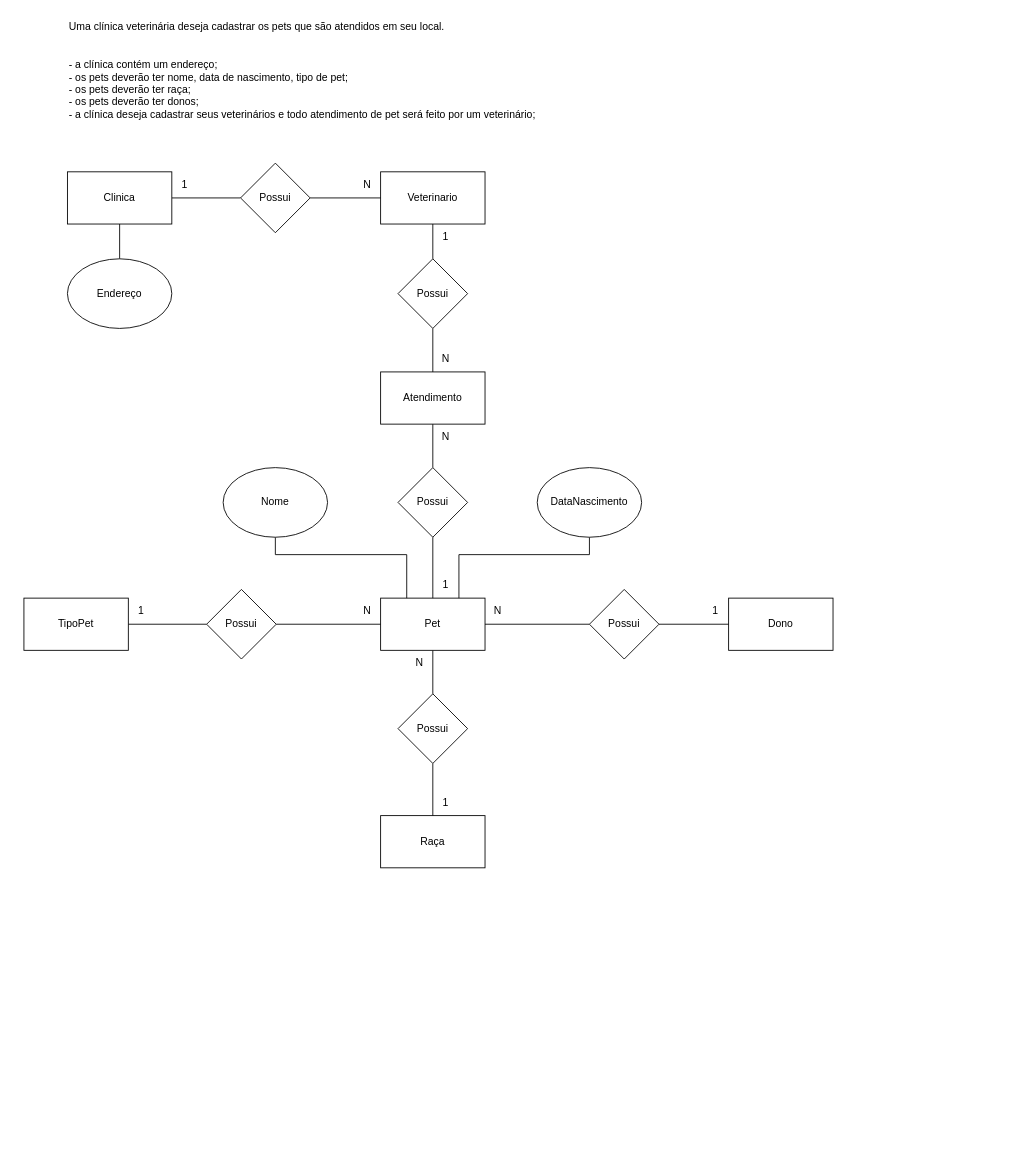
Above: 1.3.drawio in wolf-muuh/atividade-diagramas (draw.io), before the change. Source tidied: cells renumbered, new cells numbered last; positions are measured from the earlier drawing's top-left corner, leaving out a move shared by most shapes. Both pictures are drawn from the tidied source at 87%, with x=0, y=0 at pixel (23, 15).
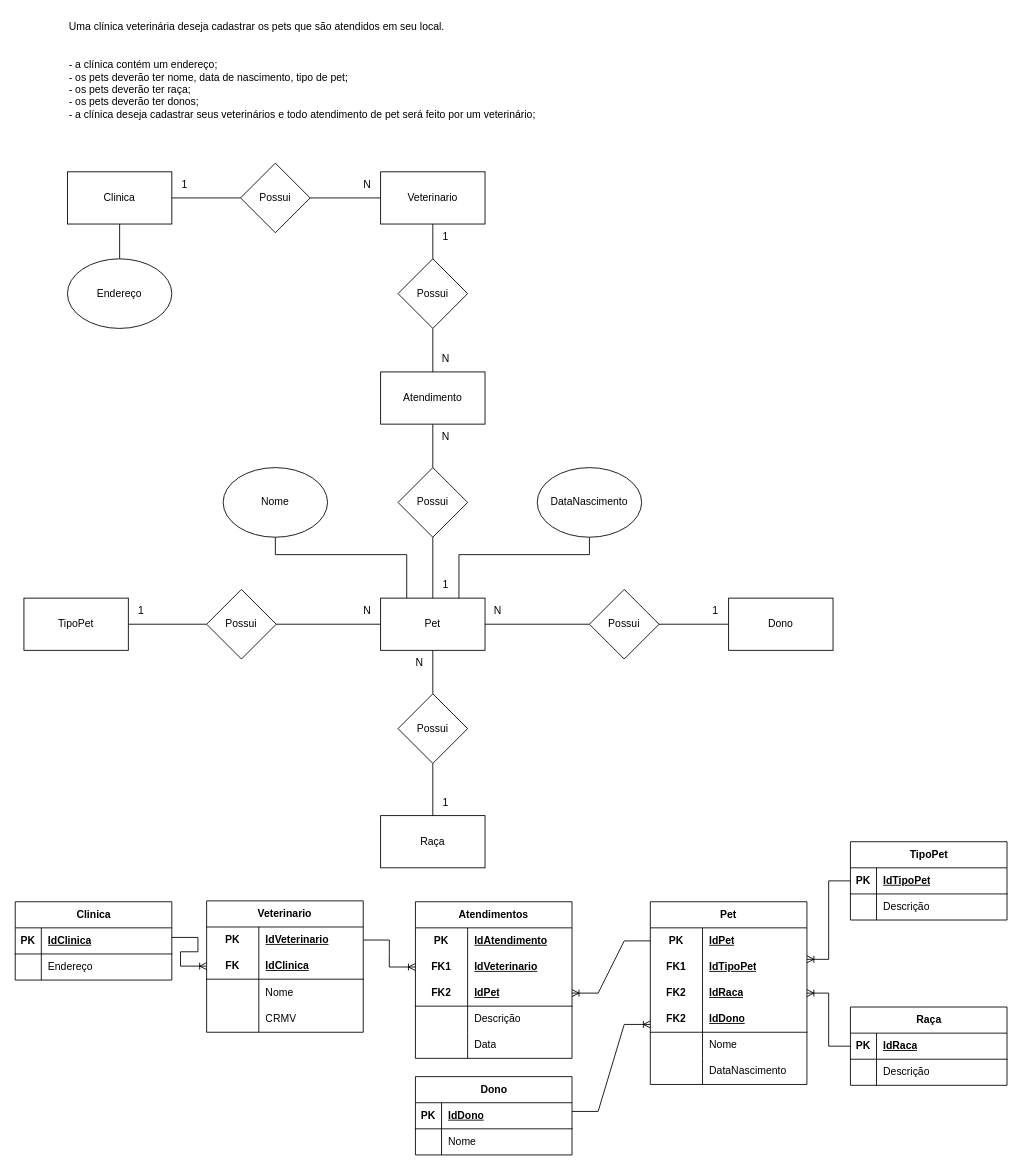
The same diagram, later.

Change to the diagram source:
```diff
@@
+    <mxCell id="46" value="Clinica" style="shape=table;startSize=30;childLayout=tableLayout;rowLines=0;fontStyle=1;align=center;html=1;" parent="1" vertex="1">
+      <mxGeometry x="-10" y="1019" width="180" height="90" as="geometry" />
+    </mxCell>
+    <mxCell id="47" style="shape=tableRow;horizontal=0;startSize=0;swimlaneHead=0;swimlaneBody=0;fillColor=none;top=0;left=0;right=0;bottom=1;" parent="46" vertex="1">
+      <mxGeometry y="30" width="180" height="30" as="geometry" />
+    </mxCell>
+    <mxCell id="48" value="PK" style="shape=partialRectangle;fillColor=none;top=0;left=0;bottom=0;right=0;fontStyle=1;overflow=hidden;whiteSpace=wrap;html=1;" parent="47" vertex="1">
+      <mxGeometry width="30" height="30" as="geometry" />
+    </mxCell>
+    <mxCell id="49" value="IdClinica" style="shape=partialRectangle;fillColor=none;top=0;left=0;bottom=0;right=0;align=left;spacingLeft=6;fontStyle=5;overflow=hidden;whiteSpace=wrap;html=1;" parent="47" vertex="1">
+      <mxGeometry x="30" width="150" height="30" as="geometry" />
+    </mxCell>
+    <mxCell id="50" style="shape=tableRow;horizontal=0;startSize=0;swimlaneHead=0;swimlaneBody=0;fillColor=none;top=0;left=0;right=0;bottom=0;" parent="46" vertex="1">
+      <mxGeometry y="60" width="180" height="30" as="geometry" />
+    </mxCell>
+    <mxCell id="51" style="shape=partialRectangle;fillColor=none;top=0;left=0;bottom=0;right=0;overflow=hidden;whiteSpace=wrap;html=1;" parent="50" vertex="1">
+      <mxGeometry width="30" height="30" as="geometry" />
+    </mxCell>
+    <mxCell id="52" value="Endereço" style="shape=partialRectangle;fillColor=none;top=0;left=0;bottom=0;right=0;align=left;spacingLeft=6;overflow=hidden;whiteSpace=wrap;html=1;" parent="50" vertex="1">
+      <mxGeometry x="30" width="150" height="30" as="geometry" />
+    </mxCell>
+    <mxCell id="53" value="Veterinario" style="shape=table;startSize=30;childLayout=tableLayout;rowLines=0;fontStyle=1;align=center;html=1;whiteSpace=wrap;" parent="1" vertex="1">
+      <mxGeometry x="210" y="1018" width="180" height="151" as="geometry" />
+    </mxCell>
+    <mxCell id="54" style="shape=tableRow;horizontal=0;startSize=0;swimlaneHead=0;swimlaneBody=0;fillColor=none;points=[[0,0.5],[1,0.5]];portConstraint=eastwest;top=0;left=0;right=0;bottom=0;html=1;" parent="53" vertex="1">
+      <mxGeometry y="30" width="180" height="30" as="geometry" />
+    </mxCell>
+    <mxCell id="55" value="PK" style="shape=partialRectangle;fillColor=none;top=0;left=0;bottom=0;right=0;fontStyle=1;overflow=hidden;html=1;whiteSpace=wrap;" parent="54" vertex="1">
+      <mxGeometry width="60" height="30" as="geometry" />
+    </mxCell>
+    <mxCell id="56" value="IdVeterinario" style="shape=partialRectangle;fillColor=none;top=0;left=0;bottom=0;right=0;align=left;spacingLeft=6;fontStyle=5;overflow=hidden;html=1;whiteSpace=wrap;" parent="54" vertex="1">
+      <mxGeometry x="60" width="120" height="30" as="geometry" />
+    </mxCell>
+    <mxCell id="57" style="shape=tableRow;horizontal=0;startSize=0;swimlaneHead=0;swimlaneBody=0;fillColor=none;points=[[0,0.5],[1,0.5]];portConstraint=eastwest;top=0;left=0;right=0;bottom=1;html=1;" parent="53" vertex="1">
+      <mxGeometry y="60" width="180" height="30" as="geometry" />
+    </mxCell>
+    <mxCell id="58" value="FK" style="shape=partialRectangle;fillColor=none;top=0;left=0;bottom=0;right=0;fontStyle=1;overflow=hidden;html=1;whiteSpace=wrap;" parent="57" vertex="1">
+      <mxGeometry width="60" height="30" as="geometry" />
+    </mxCell>
+    <mxCell id="59" value="IdClinica" style="shape=partialRectangle;fillColor=none;top=0;left=0;bottom=0;right=0;align=left;spacingLeft=6;fontStyle=5;overflow=hidden;html=1;whiteSpace=wrap;" parent="57" vertex="1">
+      <mxGeometry x="60" width="120" height="30" as="geometry" />
+    </mxCell>
+    <mxCell id="60" style="shape=tableRow;horizontal=0;startSize=0;swimlaneHead=0;swimlaneBody=0;fillColor=none;top=0;left=0;right=0;bottom=0;html=1;" parent="53" vertex="1">
+      <mxGeometry y="90" width="180" height="31" as="geometry" />
+    </mxCell>
+    <mxCell id="61" style="shape=partialRectangle;fillColor=none;top=0;left=0;bottom=0;right=0;overflow=hidden;html=1;whiteSpace=wrap;" parent="60" vertex="1">
+      <mxGeometry width="60" height="31" as="geometry" />
+    </mxCell>
+    <mxCell id="62" value="Nome" style="shape=partialRectangle;fillColor=none;top=0;left=0;bottom=0;right=0;align=left;spacingLeft=6;overflow=hidden;html=1;whiteSpace=wrap;" parent="60" vertex="1">
+      <mxGeometry x="60" width="120" height="31" as="geometry" />
+    </mxCell>
+    <mxCell id="63" style="shape=tableRow;horizontal=0;startSize=0;swimlaneHead=0;swimlaneBody=0;fillColor=none;top=0;left=0;right=0;bottom=0;html=1;" parent="53" vertex="1">
+      <mxGeometry y="121" width="180" height="30" as="geometry" />
+    </mxCell>
+    <mxCell id="64" style="shape=partialRectangle;fillColor=none;top=0;left=0;bottom=0;right=0;overflow=hidden;html=1;whiteSpace=wrap;" parent="63" vertex="1">
+      <mxGeometry width="60" height="30" as="geometry" />
+    </mxCell>
+    <mxCell id="65" value="CRMV" style="shape=partialRectangle;fillColor=none;top=0;left=0;bottom=0;right=0;align=left;spacingLeft=6;overflow=hidden;html=1;whiteSpace=wrap;" parent="63" vertex="1">
+      <mxGeometry x="60" width="120" height="30" as="geometry" />
+    </mxCell>
+    <mxCell id="66" value="Atendimentos" style="shape=table;startSize=30;childLayout=tableLayout;rowLines=0;fontStyle=1;align=center;html=1;whiteSpace=wrap;" parent="1" vertex="1">
+      <mxGeometry x="450" y="1019" width="180" height="180" as="geometry" />
+    </mxCell>
+    <mxCell id="67" style="shape=tableRow;horizontal=0;startSize=0;swimlaneHead=0;swimlaneBody=0;fillColor=none;top=0;left=0;right=0;bottom=0;html=1;" parent="66" vertex="1">
+      <mxGeometry y="30" width="180" height="30" as="geometry" />
+    </mxCell>
+    <mxCell id="68" value="PK" style="shape=partialRectangle;fillColor=none;top=0;left=0;bottom=0;right=0;fontStyle=1;overflow=hidden;html=1;whiteSpace=wrap;" parent="67" vertex="1">
+      <mxGeometry width="60" height="30" as="geometry" />
+    </mxCell>
+    <mxCell id="69" value="IdAtendimento" style="shape=partialRectangle;fillColor=none;top=0;left=0;bottom=0;right=0;align=left;spacingLeft=6;fontStyle=5;overflow=hidden;html=1;whiteSpace=wrap;" parent="67" vertex="1">
+      <mxGeometry x="60" width="120" height="30" as="geometry" />
+    </mxCell>
+    <mxCell id="70" style="shape=tableRow;horizontal=0;startSize=0;swimlaneHead=0;swimlaneBody=0;fillColor=none;points=[[0,0.5],[1,0.5]];portConstraint=eastwest;top=0;left=0;right=0;bottom=0;html=1;" parent="66" vertex="1">
+      <mxGeometry y="60" width="180" height="30" as="geometry" />
+    </mxCell>
+    <mxCell id="71" value="FK1" style="shape=partialRectangle;fillColor=none;top=0;left=0;bottom=0;right=0;fontStyle=1;overflow=hidden;html=1;whiteSpace=wrap;" parent="70" vertex="1">
+      <mxGeometry width="60" height="30" as="geometry" />
+    </mxCell>
+    <mxCell id="72" value="IdVeterinario" style="shape=partialRectangle;fillColor=none;top=0;left=0;bottom=0;right=0;align=left;spacingLeft=6;fontStyle=5;overflow=hidden;html=1;whiteSpace=wrap;" parent="70" vertex="1">
+      <mxGeometry x="60" width="120" height="30" as="geometry" />
+    </mxCell>
+    <mxCell id="73" style="shape=tableRow;horizontal=0;startSize=0;swimlaneHead=0;swimlaneBody=0;fillColor=none;points=[[0,0.5],[1,0.5]];portConstraint=eastwest;top=0;left=0;right=0;bottom=1;html=1;" parent="66" vertex="1">
+      <mxGeometry y="90" width="180" height="30" as="geometry" />
+    </mxCell>
+    <mxCell id="74" value="FK2" style="shape=partialRectangle;fillColor=none;top=0;left=0;bottom=0;right=0;fontStyle=1;overflow=hidden;html=1;whiteSpace=wrap;" parent="73" vertex="1">
+      <mxGeometry width="60" height="30" as="geometry" />
+    </mxCell>
+    <mxCell id="75" value="IdPet" style="shape=partialRectangle;fillColor=none;top=0;left=0;bottom=0;right=0;align=left;spacingLeft=6;fontStyle=5;overflow=hidden;html=1;whiteSpace=wrap;" parent="73" vertex="1">
+      <mxGeometry x="60" width="120" height="30" as="geometry" />
+    </mxCell>
+    <mxCell id="76" style="shape=tableRow;horizontal=0;startSize=0;swimlaneHead=0;swimlaneBody=0;fillColor=none;top=0;left=0;right=0;bottom=0;html=1;" parent="66" vertex="1">
+      <mxGeometry y="120" width="180" height="30" as="geometry" />
+    </mxCell>
+    <mxCell id="77" style="shape=partialRectangle;fillColor=none;top=0;left=0;bottom=0;right=0;overflow=hidden;html=1;whiteSpace=wrap;" parent="76" vertex="1">
+      <mxGeometry width="60" height="30" as="geometry" />
+    </mxCell>
+    <mxCell id="78" value="Descrição" style="shape=partialRectangle;fillColor=none;top=0;left=0;bottom=0;right=0;align=left;spacingLeft=6;overflow=hidden;html=1;whiteSpace=wrap;" parent="76" vertex="1">
+      <mxGeometry x="60" width="120" height="30" as="geometry" />
+    </mxCell>
+    <mxCell id="79" style="shape=tableRow;horizontal=0;startSize=0;swimlaneHead=0;swimlaneBody=0;fillColor=none;top=0;left=0;right=0;bottom=0;html=1;" parent="66" vertex="1">
+      <mxGeometry y="150" width="180" height="30" as="geometry" />
+    </mxCell>
+    <mxCell id="80" style="shape=partialRectangle;fillColor=none;top=0;left=0;bottom=0;right=0;overflow=hidden;html=1;whiteSpace=wrap;" parent="79" vertex="1">
+      <mxGeometry width="60" height="30" as="geometry" />
+    </mxCell>
+    <mxCell id="81" value="Data" style="shape=partialRectangle;fillColor=none;top=0;left=0;bottom=0;right=0;align=left;spacingLeft=6;overflow=hidden;html=1;whiteSpace=wrap;" parent="79" vertex="1">
+      <mxGeometry x="60" width="120" height="30" as="geometry" />
+    </mxCell>
+    <mxCell id="82" value="Pet" style="shape=table;startSize=30;childLayout=tableLayout;rowLines=0;fontStyle=1;align=center;html=1;whiteSpace=wrap;" parent="1" vertex="1">
+      <mxGeometry x="720" y="1019" width="180" height="210" as="geometry" />
+    </mxCell>
+    <mxCell id="83" style="shape=tableRow;horizontal=0;startSize=0;swimlaneHead=0;swimlaneBody=0;fillColor=none;points=[[0,0.5],[1,0.5]];portConstraint=eastwest;top=0;left=0;right=0;bottom=0;html=1;" parent="82" vertex="1">
+      <mxGeometry y="30" width="180" height="30" as="geometry" />
+    </mxCell>
+    <mxCell id="84" value="PK" style="shape=partialRectangle;fillColor=none;top=0;left=0;bottom=0;right=0;fontStyle=1;overflow=hidden;html=1;whiteSpace=wrap;" parent="83" vertex="1">
+      <mxGeometry width="60" height="30" as="geometry" />
+    </mxCell>
+    <mxCell id="85" value="IdPet" style="shape=partialRectangle;fillColor=none;top=0;left=0;bottom=0;right=0;align=left;spacingLeft=6;fontStyle=5;overflow=hidden;html=1;whiteSpace=wrap;" parent="83" vertex="1">
+      <mxGeometry x="60" width="120" height="30" as="geometry" />
+    </mxCell>
+    <mxCell id="86" style="shape=tableRow;horizontal=0;startSize=0;swimlaneHead=0;swimlaneBody=0;fillColor=none;points=[[0,0.5],[1,0.5]];portConstraint=eastwest;top=0;left=0;right=0;bottom=0;html=1;" parent="82" vertex="1">
+      <mxGeometry y="60" width="180" height="30" as="geometry" />
+    </mxCell>
+    <mxCell id="87" value="FK1" style="shape=partialRectangle;fillColor=none;top=0;left=0;bottom=0;right=0;fontStyle=1;overflow=hidden;html=1;whiteSpace=wrap;" parent="86" vertex="1">
+      <mxGeometry width="60" height="30" as="geometry" />
+    </mxCell>
+    <mxCell id="88" value="IdTipoPet" style="shape=partialRectangle;fillColor=none;top=0;left=0;bottom=0;right=0;align=left;spacingLeft=6;fontStyle=5;overflow=hidden;html=1;whiteSpace=wrap;" parent="86" vertex="1">
+      <mxGeometry x="60" width="120" height="30" as="geometry" />
+    </mxCell>
+    <mxCell id="89" style="shape=tableRow;horizontal=0;startSize=0;swimlaneHead=0;swimlaneBody=0;fillColor=none;points=[[0,0.5],[1,0.5]];portConstraint=eastwest;top=0;left=0;right=0;bottom=0;html=1;" parent="82" vertex="1">
+      <mxGeometry y="90" width="180" height="30" as="geometry" />
+    </mxCell>
+    <mxCell id="90" value="FK2" style="shape=partialRectangle;fillColor=none;top=0;left=0;bottom=0;right=0;fontStyle=1;overflow=hidden;html=1;whiteSpace=wrap;" parent="89" vertex="1">
+      <mxGeometry width="60" height="30" as="geometry" />
+    </mxCell>
+    <mxCell id="91" value="IdRaca" style="shape=partialRectangle;fillColor=none;top=0;left=0;bottom=0;right=0;align=left;spacingLeft=6;fontStyle=5;overflow=hidden;html=1;whiteSpace=wrap;" parent="89" vertex="1">
+      <mxGeometry x="60" width="120" height="30" as="geometry" />
+    </mxCell>
+    <mxCell id="92" style="shape=tableRow;horizontal=0;startSize=0;swimlaneHead=0;swimlaneBody=0;fillColor=none;top=0;left=0;right=0;bottom=1;html=1;" parent="82" vertex="1">
+      <mxGeometry y="120" width="180" height="30" as="geometry" />
+    </mxCell>
+    <mxCell id="93" value="FK2" style="shape=partialRectangle;fillColor=none;top=0;left=0;bottom=0;right=0;fontStyle=1;overflow=hidden;html=1;whiteSpace=wrap;" parent="92" vertex="1">
+      <mxGeometry width="60" height="30" as="geometry" />
+    </mxCell>
+    <mxCell id="94" value="IdDono" style="shape=partialRectangle;fillColor=none;top=0;left=0;bottom=0;right=0;align=left;spacingLeft=6;fontStyle=5;overflow=hidden;html=1;whiteSpace=wrap;" parent="92" vertex="1">
+      <mxGeometry x="60" width="120" height="30" as="geometry" />
+    </mxCell>
+    <mxCell id="95" style="shape=tableRow;horizontal=0;startSize=0;swimlaneHead=0;swimlaneBody=0;fillColor=none;top=0;left=0;right=0;bottom=0;html=1;" parent="82" vertex="1">
+      <mxGeometry y="150" width="180" height="30" as="geometry" />
+    </mxCell>
+    <mxCell id="96" style="shape=partialRectangle;fillColor=none;top=0;left=0;bottom=0;right=0;overflow=hidden;html=1;whiteSpace=wrap;" parent="95" vertex="1">
+      <mxGeometry width="60" height="30" as="geometry" />
+    </mxCell>
+    <mxCell id="97" value="Nome" style="shape=partialRectangle;fillColor=none;top=0;left=0;bottom=0;right=0;align=left;spacingLeft=6;overflow=hidden;html=1;whiteSpace=wrap;" parent="95" vertex="1">
+      <mxGeometry x="60" width="120" height="30" as="geometry" />
+    </mxCell>
+    <mxCell id="98" style="shape=tableRow;horizontal=0;startSize=0;swimlaneHead=0;swimlaneBody=0;fillColor=none;top=0;left=0;right=0;bottom=0;html=1;" parent="82" vertex="1">
+      <mxGeometry y="180" width="180" height="30" as="geometry" />
+    </mxCell>
+    <mxCell id="99" style="shape=partialRectangle;fillColor=none;top=0;left=0;bottom=0;right=0;overflow=hidden;html=1;whiteSpace=wrap;" parent="98" vertex="1">
+      <mxGeometry width="60" height="30" as="geometry" />
+    </mxCell>
+    <mxCell id="100" value="DataNascimento" style="shape=partialRectangle;fillColor=none;top=0;left=0;bottom=0;right=0;align=left;spacingLeft=6;overflow=hidden;html=1;whiteSpace=wrap;" parent="98" vertex="1">
+      <mxGeometry x="60" width="120" height="30" as="geometry" />
+    </mxCell>
+    <mxCell id="101" value="TipoPet" style="shape=table;startSize=30;childLayout=tableLayout;rowLines=0;fontStyle=1;align=center;html=1;" parent="1" vertex="1">
+      <mxGeometry x="950" y="950" width="180" height="90" as="geometry" />
+    </mxCell>
+    <mxCell id="102" style="shape=tableRow;horizontal=0;startSize=0;swimlaneHead=0;swimlaneBody=0;fillColor=none;points=[[0,0.5],[1,0.5]];portConstraint=eastwest;top=0;left=0;right=0;bottom=1;" parent="101" vertex="1">
+      <mxGeometry y="30" width="180" height="30" as="geometry" />
+    </mxCell>
+    <mxCell id="103" value="PK" style="shape=partialRectangle;fillColor=none;top=0;left=0;bottom=0;right=0;fontStyle=1;overflow=hidden;whiteSpace=wrap;html=1;" parent="102" vertex="1">
+      <mxGeometry width="30" height="30" as="geometry" />
+    </mxCell>
+    <mxCell id="104" value="IdTipoPet" style="shape=partialRectangle;fillColor=none;top=0;left=0;bottom=0;right=0;align=left;spacingLeft=6;fontStyle=5;overflow=hidden;whiteSpace=wrap;html=1;" parent="102" vertex="1">
+      <mxGeometry x="30" width="150" height="30" as="geometry" />
+    </mxCell>
+    <mxCell id="105" style="shape=tableRow;horizontal=0;startSize=0;swimlaneHead=0;swimlaneBody=0;fillColor=none;top=0;left=0;right=0;bottom=0;" parent="101" vertex="1">
+      <mxGeometry y="60" width="180" height="30" as="geometry" />
+    </mxCell>
+    <mxCell id="106" style="shape=partialRectangle;fillColor=none;top=0;left=0;bottom=0;right=0;overflow=hidden;whiteSpace=wrap;html=1;" parent="105" vertex="1">
+      <mxGeometry width="30" height="30" as="geometry" />
+    </mxCell>
+    <mxCell id="107" value="Descrição" style="shape=partialRectangle;fillColor=none;top=0;left=0;bottom=0;right=0;align=left;spacingLeft=6;overflow=hidden;whiteSpace=wrap;html=1;" parent="105" vertex="1">
+      <mxGeometry x="30" width="150" height="30" as="geometry" />
+    </mxCell>
+    <mxCell id="108" value="Raça" style="shape=table;startSize=30;childLayout=tableLayout;rowLines=0;fontStyle=1;align=center;html=1;" parent="1" vertex="1">
+      <mxGeometry x="950" y="1140" width="180" height="90" as="geometry" />
+    </mxCell>
+    <mxCell id="109" style="shape=tableRow;horizontal=0;startSize=0;swimlaneHead=0;swimlaneBody=0;fillColor=none;points=[[0,0.5],[1,0.5]];portConstraint=eastwest;top=0;left=0;right=0;bottom=1;" parent="108" vertex="1">
+      <mxGeometry y="30" width="180" height="30" as="geometry" />
+    </mxCell>
+    <mxCell id="110" value="PK" style="shape=partialRectangle;fillColor=none;top=0;left=0;bottom=0;right=0;fontStyle=1;overflow=hidden;whiteSpace=wrap;html=1;" parent="109" vertex="1">
+      <mxGeometry width="30" height="30" as="geometry" />
+    </mxCell>
+    <mxCell id="111" value="IdRaca" style="shape=partialRectangle;fillColor=none;top=0;left=0;bottom=0;right=0;align=left;spacingLeft=6;fontStyle=5;overflow=hidden;whiteSpace=wrap;html=1;" parent="109" vertex="1">
+      <mxGeometry x="30" width="150" height="30" as="geometry" />
+    </mxCell>
+    <mxCell id="112" style="shape=tableRow;horizontal=0;startSize=0;swimlaneHead=0;swimlaneBody=0;fillColor=none;top=0;left=0;right=0;bottom=0;" parent="108" vertex="1">
+      <mxGeometry y="60" width="180" height="30" as="geometry" />
+    </mxCell>
+    <mxCell id="113" style="shape=partialRectangle;fillColor=none;top=0;left=0;bottom=0;right=0;overflow=hidden;whiteSpace=wrap;html=1;" parent="112" vertex="1">
+      <mxGeometry width="30" height="30" as="geometry" />
+    </mxCell>
+    <mxCell id="114" value="Descrição" style="shape=partialRectangle;fillColor=none;top=0;left=0;bottom=0;right=0;align=left;spacingLeft=6;overflow=hidden;whiteSpace=wrap;html=1;" parent="112" vertex="1">
+      <mxGeometry x="30" width="150" height="30" as="geometry" />
+    </mxCell>
+    <mxCell id="115" value="Dono" style="shape=table;startSize=30;childLayout=tableLayout;rowLines=0;fontStyle=1;align=center;html=1;" parent="1" vertex="1">
+      <mxGeometry x="450" y="1220" width="180" height="90" as="geometry" />
+    </mxCell>
+    <mxCell id="116" style="shape=tableRow;horizontal=0;startSize=0;swimlaneHead=0;swimlaneBody=0;fillColor=none;top=0;left=0;right=0;bottom=1;" parent="115" vertex="1">
+      <mxGeometry y="30" width="180" height="30" as="geometry" />
+    </mxCell>
+    <mxCell id="117" value="PK" style="shape=partialRectangle;fillColor=none;top=0;left=0;bottom=0;right=0;fontStyle=1;overflow=hidden;whiteSpace=wrap;html=1;" parent="116" vertex="1">
+      <mxGeometry width="30" height="30" as="geometry" />
+    </mxCell>
+    <mxCell id="118" value="IdDono" style="shape=partialRectangle;fillColor=none;top=0;left=0;bottom=0;right=0;align=left;spacingLeft=6;fontStyle=5;overflow=hidden;whiteSpace=wrap;html=1;" parent="116" vertex="1">
+      <mxGeometry x="30" width="150" height="30" as="geometry" />
+    </mxCell>
+    <mxCell id="119" style="shape=tableRow;horizontal=0;startSize=0;swimlaneHead=0;swimlaneBody=0;fillColor=none;top=0;left=0;right=0;bottom=0;" parent="115" vertex="1">
+      <mxGeometry y="60" width="180" height="30" as="geometry" />
+    </mxCell>
+    <mxCell id="120" style="shape=partialRectangle;fillColor=none;top=0;left=0;bottom=0;right=0;overflow=hidden;whiteSpace=wrap;html=1;" parent="119" vertex="1">
+      <mxGeometry width="30" height="30" as="geometry" />
+    </mxCell>
+    <mxCell id="121" value="Nome" style="shape=partialRectangle;fillColor=none;top=0;left=0;bottom=0;right=0;align=left;spacingLeft=6;overflow=hidden;whiteSpace=wrap;html=1;" parent="119" vertex="1">
+      <mxGeometry x="30" width="150" height="30" as="geometry" />
+    </mxCell>
+    <mxCell id="122" style="edgeStyle=entityRelationEdgeStyle;fontSize=12;html=1;endArrow=ERoneToMany;rounded=0;entryX=0;entryY=0.5;entryDx=0;entryDy=0;" parent="1" edge="1" target="57">
+      <mxGeometry relative="1" as="geometry">
+        <mxPoint x="170" y="1060" as="sourcePoint" />
+      </mxGeometry>
+    </mxCell>
+    <mxCell id="123" style="edgeStyle=entityRelationEdgeStyle;fontSize=12;html=1;endArrow=ERoneToMany;rounded=0;exitX=1;exitY=0.5;exitDx=0;exitDy=0;entryX=0;entryY=0.5;entryDx=0;entryDy=0;" parent="1" edge="1" source="54" target="70">
+      <mxGeometry relative="1" as="geometry" />
+    </mxCell>
+    <mxCell id="124" style="edgeStyle=entityRelationEdgeStyle;fontSize=12;html=1;endArrow=ERoneToMany;rounded=0;entryX=1;entryY=0.5;entryDx=0;entryDy=0;exitX=0;exitY=0.5;exitDx=0;exitDy=0;" parent="1" edge="1" source="83" target="73">
+      <mxGeometry relative="1" as="geometry" />
+    </mxCell>
+    <mxCell id="125" style="edgeStyle=entityRelationEdgeStyle;fontSize=12;html=1;endArrow=ERoneToMany;rounded=0;" parent="1" edge="1">
+      <mxGeometry relative="1" as="geometry">
+        <mxPoint x="630" y="1260" as="sourcePoint" />
+        <mxPoint x="720" y="1160" as="targetPoint" />
+        <Array as="points">
+          <mxPoint x="760" y="1430" />
+        </Array>
+      </mxGeometry>
+    </mxCell>
+    <mxCell id="126" style="edgeStyle=orthogonalEdgeStyle;rounded=0;jettySize=auto;html=1;entryX=1;entryY=0.205;entryDx=0;entryDy=0;entryPerimeter=0;endArrow=ERoneToMany;endFill=0;" parent="1" edge="1" source="102" target="86">
+      <mxGeometry relative="1" as="geometry" />
+    </mxCell>
+    <mxCell id="127" style="edgeStyle=orthogonalEdgeStyle;rounded=0;jettySize=auto;html=1;exitX=0;exitY=0.5;exitDx=0;exitDy=0;entryX=1;entryY=0.5;entryDx=0;entryDy=0;endArrow=ERoneToMany;endFill=0;" parent="1" edge="1" source="109" target="89">
+      <mxGeometry relative="1" as="geometry" />
+    </mxCell>
```
